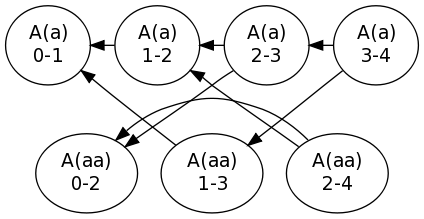
Earlier version of the Graphviz export SGLL/doc/a_aa-forest.png (cwi-swat/sbfgtd). Its source is kept beside it as SGLL/doc/a_aa-forest.dot.
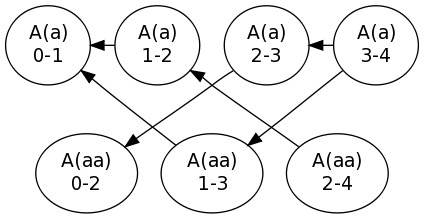
The same file after the commit.

Change to the diagram source:
```diff
@@ -1,8 +1,8 @@
 digraph graphname{
   "A(a)\n2-3" -> "A(a)\n3-4" [arrowhead="none",arrowtail="normal"]
-  "A(a)\n1-2" -> "A(a)\n2-3" [arrowhead="none",arrowtail="normal"]
+  "A(a)\n1-2" -> "A(a)\n2-3" [arrowhead="none",arrowtail="none",style=invisible]
   "A(a)\n0-1" -> "A(a)\n1-2" [arrowhead="none",arrowtail="normal"]
-  "A(aa)\n0-2" -> "A(aa)\n2-4" [arrowhead="none",arrowtail="normal"]
+  "A(aa)\n0-2" -> "A(aa)\n2-4" [arrowhead="none",arrowtail="none",style=invisible]
   "A(a)\n1-2" -> "A(aa)\n2-4" [arrowhead="none",arrowtail="normal"]
   "A(aa)\n1-3" -> "A(a)\n3-4" [arrowhead="none",arrowtail="normal"]
   "A(a)\n0-1" -> "A(aa)\n1-3" [arrowhead="none",arrowtail="normal"]
```
